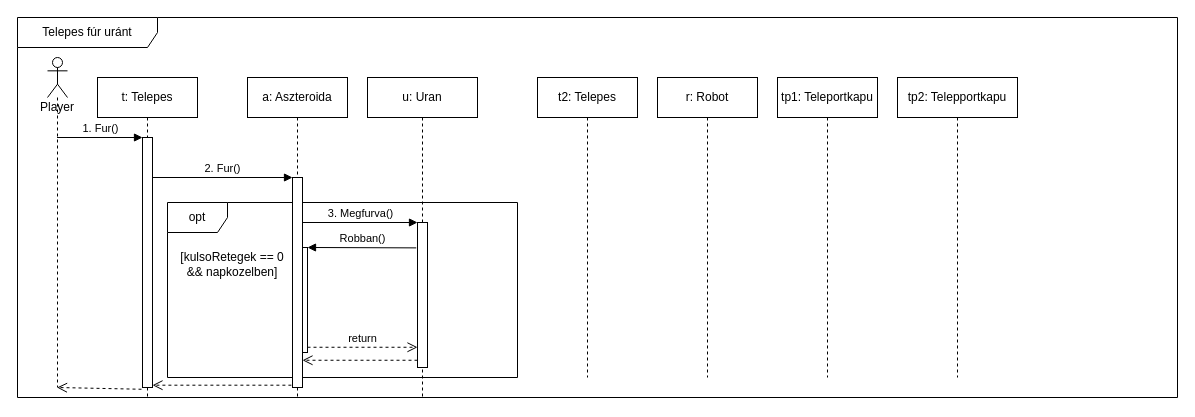
Earlier version of the draw.io diagram page "urán" (3 of 5) of doc/uml/szek_TeDrills.drawio (torpeBoiGo/aszteroidabanyaszat). Source tidied: cells renumbered, new cells numbered last; positions are measured from the earlier drawing's top-left corner, leaving out a move shared by most shapes. Both pictures are drawn from the tidied source at 100%, with x=0, y=0 at pixel (17, 17).
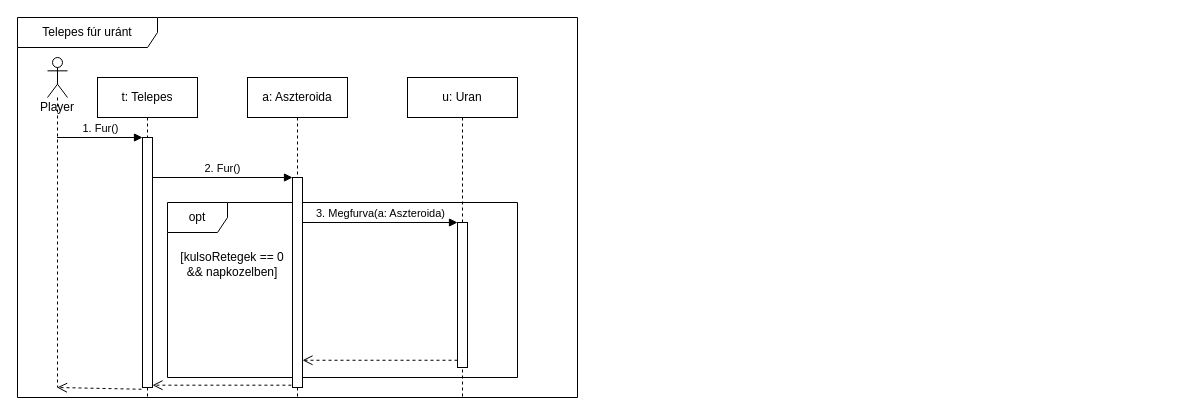
After the change.

Unchanged cells that the change refers to:
```xml
<mxCell id="3" style="group;" parent="1" vertex="1">
  <mxGeometry x="150" y="185" width="350" height="175" as="geometry" />
</mxCell>
<mxCell id="10" style="html=1;points=[];perimeter=orthogonalPerimeter;" parent="9" vertex="1">
  <mxGeometry x="45" y="100" width="10" height="210" as="geometry" />
</mxCell>
<mxCell id="14" style="html=1;points=[];perimeter=orthogonalPerimeter;" parent="13" vertex="1">
  <mxGeometry x="50" y="145" width="10" height="145" as="geometry" />
</mxCell>
```

The edit, as a diff of the source:
```diff
@@
     <mxCell id="2" value="Telepes fúr uránt" style="shape=umlFrame;whiteSpace=wrap;html=1;width=140;height=30;" parent="1" vertex="1">
-      <mxGeometry width="1160" height="380" as="geometry" />
+      <mxGeometry width="560" height="380" as="geometry" />
     </mxCell>
@@
-    <mxCell id="6" style="html=1;points=[];perimeter=orthogonalPerimeter;" parent="3" vertex="1">
-      <mxGeometry x="130" y="45" width="10" height="105" as="geometry" />
-    </mxCell>
@@
     <mxCell id="13" value="u: Uran" style="shape=umlLifeline;perimeter=lifelinePerimeter;whiteSpace=wrap;html=1;" parent="1" vertex="1">
-      <mxGeometry x="350" y="60" width="110" height="320" as="geometry" />
+      <mxGeometry x="390" y="60" width="110" height="320" as="geometry" />
     </mxCell>
@@
-    <mxCell id="15" value="3. Megfurva()" style="html=1;verticalAlign=bottom;endArrow=block;entryX=0;entryY=0;" parent="1" edge="1" source="10" target="14">
+    <mxCell id="15" value="3. Megfurva(a: Aszteroida)" style="html=1;verticalAlign=bottom;endArrow=block;entryX=0;entryY=0;" parent="1" edge="1" source="10" target="14">
       <mxGeometry relative="1" as="geometry" />
     </mxCell>
@@
-    <mxCell id="20" value="Robban()" style="html=1;verticalAlign=bottom;endArrow=block;exitX=-0.128;exitY=0.175;exitDx=0;exitDy=0;exitPerimeter=0;" parent="1" edge="1" source="14">
-      <mxGeometry relative="1" as="geometry">
-        <mxPoint x="290" y="230" as="targetPoint" />
-      </mxGeometry>
-    </mxCell>
-    <mxCell id="21" value="return" style="html=1;verticalAlign=bottom;endArrow=open;dashed=1;endSize=8;exitX=1;exitY=0.95;" parent="1" edge="1" source="6" target="14">
-      <mxGeometry relative="1" as="geometry" />
-    </mxCell>
-    <mxCell id="22" value="t2: Telepes" style="shape=umlLifeline;perimeter=lifelinePerimeter;whiteSpace=wrap;html=1;" parent="1" vertex="1">
-      <mxGeometry x="520" y="60" width="100" height="300" as="geometry" />
-    </mxCell>
-    <mxCell id="23" value="r: Robot" style="shape=umlLifeline;perimeter=lifelinePerimeter;whiteSpace=wrap;html=1;" parent="1" vertex="1">
-      <mxGeometry x="640" y="60" width="100" height="300" as="geometry" />
-    </mxCell>
-    <mxCell id="24" value="tp1: Teleportkapu" style="shape=umlLifeline;perimeter=lifelinePerimeter;whiteSpace=wrap;html=1;" parent="1" vertex="1">
-      <mxGeometry x="760" y="60" width="100" height="300" as="geometry" />
-    </mxCell>
-    <mxCell id="25" value="tp2: Telepportkapu" style="shape=umlLifeline;perimeter=lifelinePerimeter;whiteSpace=wrap;html=1;" parent="1" vertex="1">
-      <mxGeometry x="880" y="60" width="120" height="300" as="geometry" />
-    </mxCell>
```
